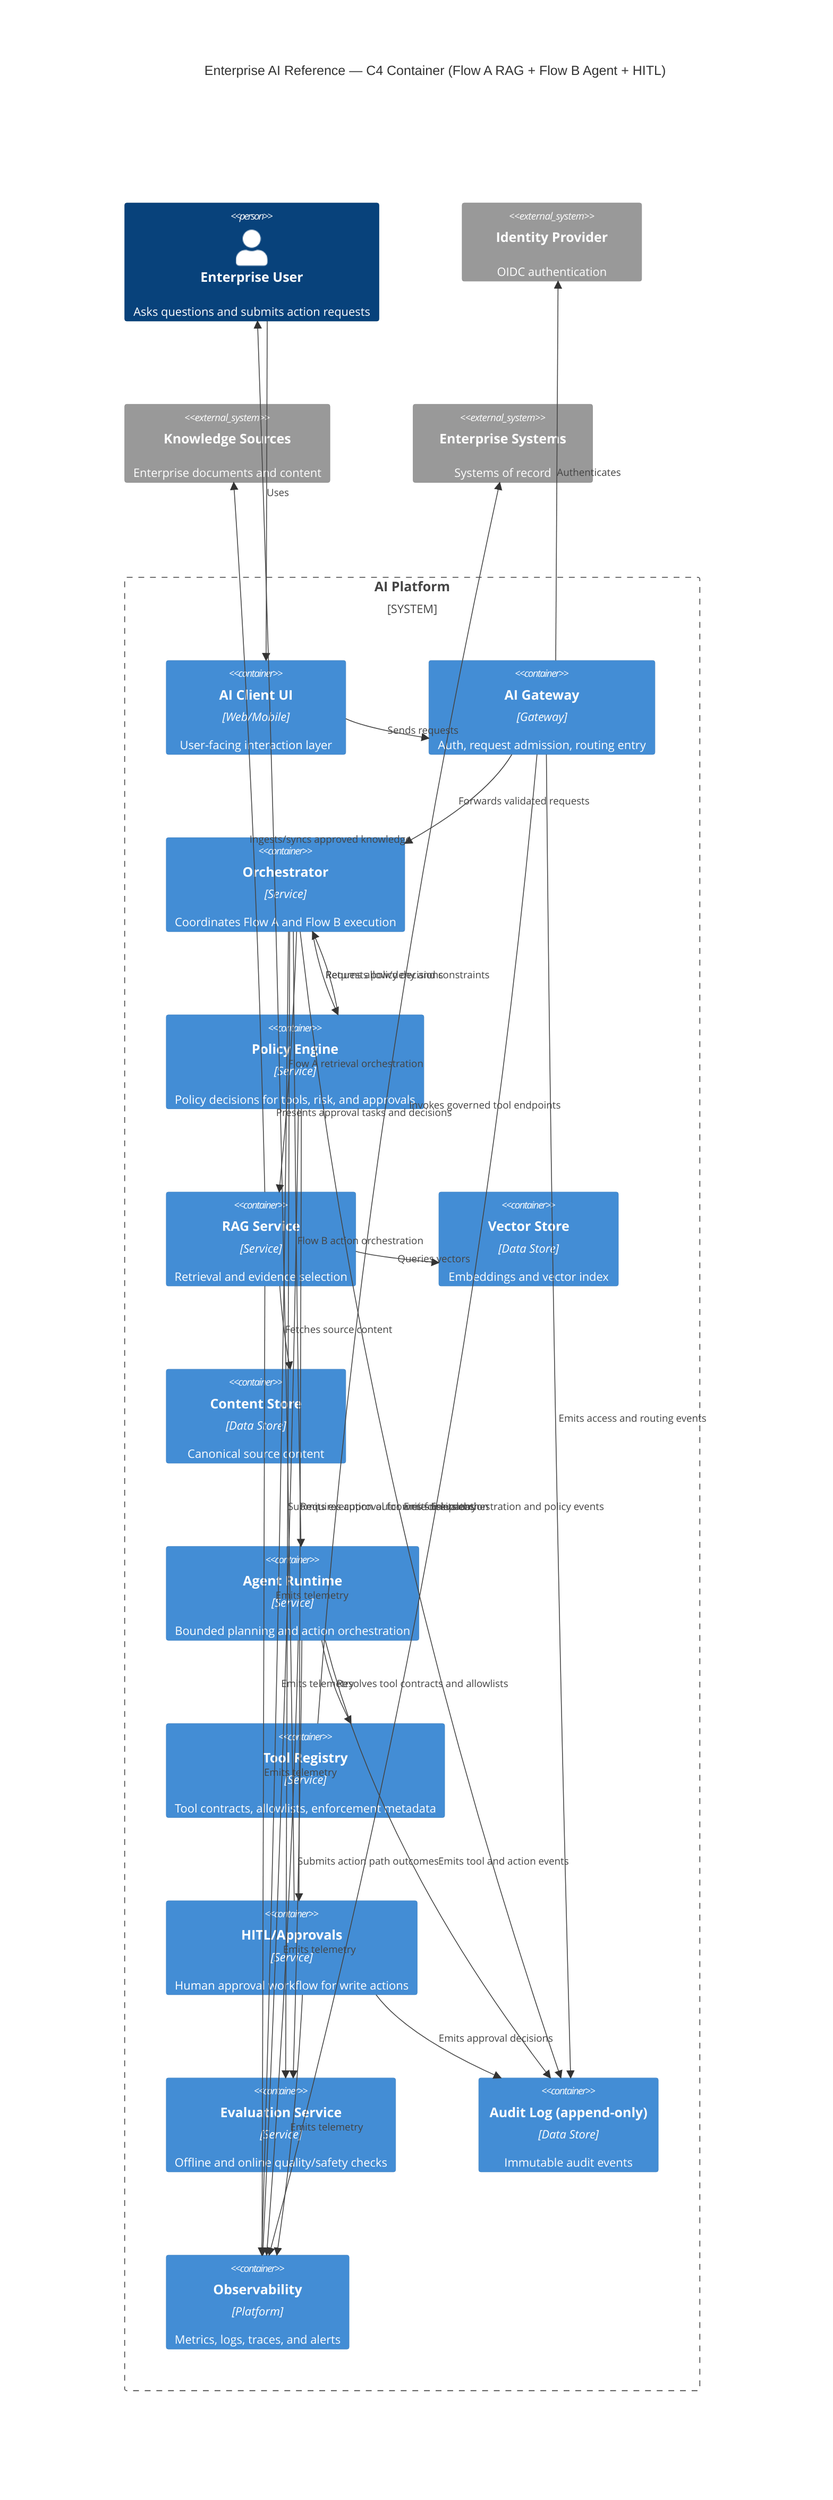
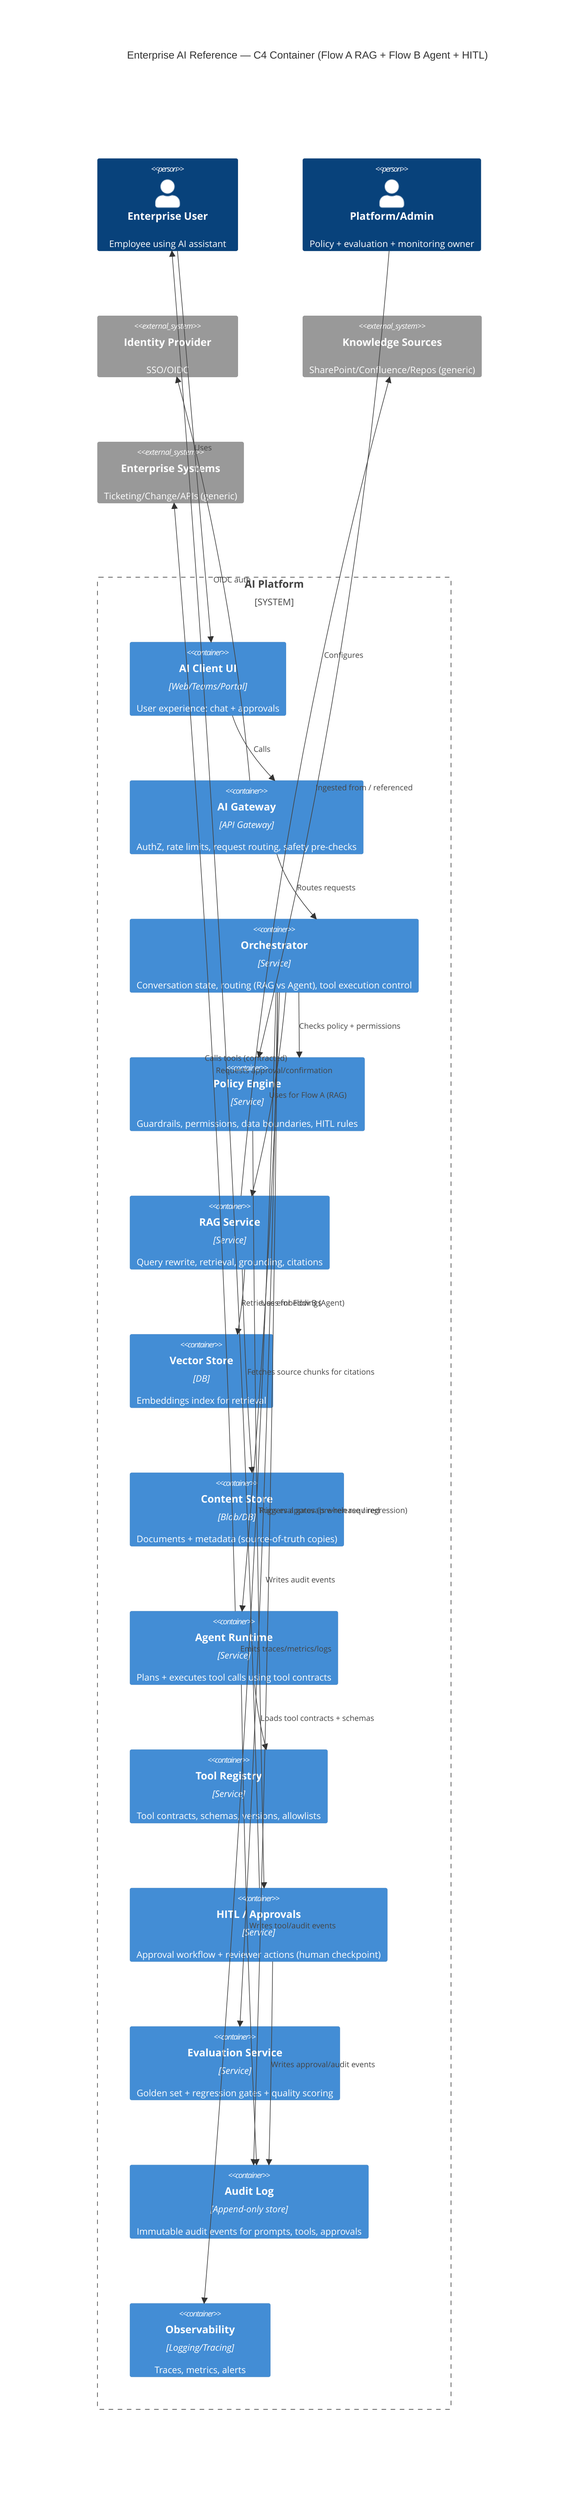
C4Container
- 
title Enterprise AI Reference — C4 Container (Flow A RAG + Flow B Agent + HITL)

- Person(enterprise_user, "Enterprise User", "Asks questions and submits action requests")
+ Person(user, "Enterprise User", "Employee using AI assistant")
+ Person(admin, "Platform/Admin", "Policy + evaluation + monitoring owner")

- System_Ext(identity_provider, "Identity Provider", "OIDC authentication")
- System_Ext(knowledge_sources, "Knowledge Sources", "Enterprise documents and content")
- System_Ext(enterprise_systems, "Enterprise Systems", "Systems of record")
+ System_Boundary(aiSys, "AI Platform") {

- System_Boundary(ai_platform_boundary, "AI Platform") {
-   Container(ai_client_ui, "AI Client UI", "Web/Mobile", "User-facing interaction layer")
-   Container(ai_gateway, "AI Gateway", "Gateway", "Auth, request admission, routing entry")
-   Container(orchestrator, "Orchestrator", "Service", "Coordinates Flow A and Flow B execution")
-   Container(policy_engine, "Policy Engine", "Service", "Policy decisions for tools, risk, and approvals")
-   Container(rag_service, "RAG Service", "Service", "Retrieval and evidence selection")
-   Container(vector_store, "Vector Store", "Data Store", "Embeddings and vector index")
-   Container(content_store, "Content Store", "Data Store", "Canonical source content")
-   Container(agent_runtime, "Agent Runtime", "Service", "Bounded planning and action orchestration")
-   Container(tool_registry, "Tool Registry", "Service", "Tool contracts, allowlists, enforcement metadata")
-   Container(hitl_approvals, "HITL/Approvals", "Service", "Human approval workflow for write actions")
-   Container(evaluation_service, "Evaluation Service", "Service", "Offline and online quality/safety checks")
-   Container(audit_log, "Audit Log (append-only)", "Data Store", "Immutable audit events")
-   Container(observability, "Observability", "Platform", "Metrics, logs, traces, and alerts")
+   Container(ui, "AI Client UI", "Web/Teams/Portal", "User experience: chat + approvals")
+   Container(gw, "AI Gateway", "API Gateway", "AuthZ, rate limits, request routing, safety pre-checks")
+   Container(orchestrator, "Orchestrator", "Service", "Conversation state, routing (RAG vs Agent), tool execution control")
+   Container(policy, "Policy Engine", "Service", "Guardrails, permissions, data boundaries, HITL rules")
+   Container(rag, "RAG Service", "Service", "Query rewrite, retrieval, grounding, citations")
+   Container(vdb, "Vector Store", "DB", "Embeddings index for retrieval")
+   Container(content, "Content Store", "Blob/DB", "Documents + metadata (source-of-truth copies)")
+   Container(agent, "Agent Runtime", "Service", "Plans + executes tool calls using tool contracts")
+   Container(tools, "Tool Registry", "Service", "Tool contracts, schemas, versions, allowlists")
+   Container(hitl, "HITL / Approvals", "Service", "Approval workflow + reviewer actions (human checkpoint)")
+   Container(eval, "Evaluation Service", "Service", "Golden set + regression gates + quality scoring")
+   Container(audit, "Audit Log", "Append-only store", "Immutable audit events for prompts, tools, approvals")
+   Container(obs, "Observability", "Logging/Tracing", "Traces, metrics, alerts")
}

- Rel(enterprise_user, ai_client_ui, "Uses")
- Rel(ai_client_ui, ai_gateway, "Sends requests")
- Rel(ai_gateway, identity_provider, "Authenticates")
- Rel(ai_gateway, orchestrator, "Forwards validated requests")
+ System_Ext(idp, "Identity Provider", "SSO/OIDC")
+ System_Ext(kb, "Knowledge Sources", "SharePoint/Confluence/Repos (generic)")
+ System_Ext(entApis, "Enterprise Systems", "Ticketing/Change/APIs (generic)")

- Rel(orchestrator, policy_engine, "Requests policy decisions")
- Rel(policy_engine, orchestrator, "Returns allow/deny and constraints")
+ Rel(user, ui, "Uses")
+ Rel(admin, policy, "Configures")
+ Rel(ui, gw, "Calls")
+ Rel(gw, idp, "OIDC auth")
+ Rel(gw, orchestrator, "Routes requests")
+ Rel(orchestrator, policy, "Checks policy + permissions")
+ Rel(orchestrator, rag, "Uses for Flow A (RAG)")
+ Rel(rag, vdb, "Retrieves embeddings")
+ Rel(rag, content, "Fetches source chunks for citations")
+ Rel(rag, kb, "Ingested from / referenced")
+ Rel(orchestrator, agent, "Uses for Flow B (Agent)")
+ Rel(agent, tools, "Loads tool contracts + schemas")
+ Rel(agent, entApis, "Calls tools (contracted)")
+ Rel(policy, hitl, "Triggers approvals when required")
+ Rel(hitl, user, "Requests approval/confirmation")
+ Rel(orchestrator, eval, "Runs eval gates (pre-release / regression)")
+ Rel(orchestrator, audit, "Writes audit events")
+ Rel(orchestrator, obs, "Emits traces/metrics/logs")
+ Rel(agent, audit, "Writes tool/audit events")
+ Rel(hitl, audit, "Writes approval/audit events")

- Rel(orchestrator, rag_service, "Flow A retrieval orchestration")
- Rel(rag_service, vector_store, "Queries vectors")
- Rel(rag_service, content_store, "Fetches source content")
- Rel(rag_service, knowledge_sources, "Ingests/syncs approved knowledge")
- 
- Rel(orchestrator, agent_runtime, "Flow B action orchestration")
- Rel(agent_runtime, tool_registry, "Resolves tool contracts and allowlists")
- Rel(tool_registry, enterprise_systems, "Invokes governed tool endpoints")
- 
- Rel(policy_engine, hitl_approvals, "Requires approval for write-risk paths")
- Rel(hitl_approvals, enterprise_user, "Presents approval tasks and decisions")
- 
- Rel(orchestrator, evaluation_service, "Submits execution outcomes for evaluation")
- Rel(agent_runtime, evaluation_service, "Submits action path outcomes")
- 
- Rel(ai_gateway, audit_log, "Emits access and routing events")
- Rel(orchestrator, audit_log, "Emits orchestration and policy events")
- Rel(agent_runtime, audit_log, "Emits tool and action events")
- Rel(hitl_approvals, audit_log, "Emits approval decisions")
- 
- Rel(ai_gateway, observability, "Emits telemetry")
- Rel(orchestrator, observability, "Emits telemetry")
- Rel(rag_service, observability, "Emits telemetry")
- Rel(agent_runtime, observability, "Emits telemetry")
- Rel(policy_engine, observability, "Emits telemetry")
- Rel(hitl_approvals, observability, "Emits telemetry")
+ UpdateLayoutConfig($c4ShapeInRow="3", $c4BoundaryInRow="1")
